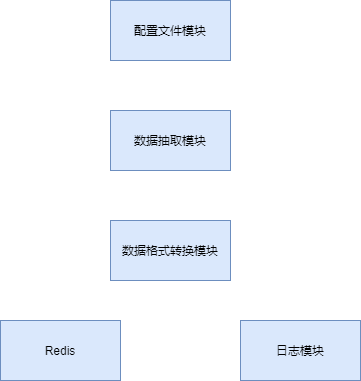
bangyanli/story keeps this draw.io diagram as 数据抽取模块.png. Above is the earlier version. Source tidied: cells renumbered, new cells last; positions are measured from the earlier drawing's top-left corner, leaving out a move shared by most shapes.
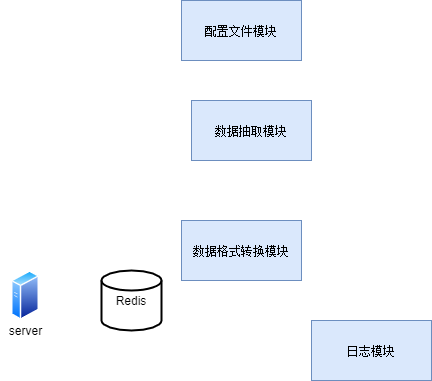
After the commit.

Commit message:
Update 数据抽取模块.png

Change to the diagram source:
```diff
@@ -3,19 +3,25 @@
     <mxCell id="0" />
     <mxCell id="1" parent="0" />
     <mxCell id="2" value="数据抽取模块" style="rounded=0;whiteSpace=wrap;html=1;fillColor=#dae8fc;strokeColor=#6c8ebf;" parent="1" vertex="1">
-      <mxGeometry x="110" y="110" width="120" height="60" as="geometry" />
+      <mxGeometry x="120" y="100" width="120" height="60" as="geometry" />
     </mxCell>
     <mxCell id="3" value="数据格式转换模块" style="whiteSpace=wrap;html=1;fillColor=#dae8fc;strokeColor=#6c8ebf;" parent="1" vertex="1">
       <mxGeometry x="110" y="220" width="120" height="60" as="geometry" />
     </mxCell>
-    <mxCell id="4" value="Redis" style="whiteSpace=wrap;html=1;fillColor=#dae8fc;strokeColor=#6c8ebf;" parent="1" vertex="1">
-      <mxGeometry y="320" width="120" height="60" as="geometry" />
-    </mxCell>
     <mxCell id="5" value="配置文件模块" style="whiteSpace=wrap;html=1;fillColor=#dae8fc;strokeColor=#6c8ebf;" parent="1" vertex="1">
       <mxGeometry x="110" width="120" height="60" as="geometry" />
     </mxCell>
     <mxCell id="6" value="日志模块" style="whiteSpace=wrap;html=1;fillColor=#dae8fc;strokeColor=#6c8ebf;" parent="1" vertex="1">
       <mxGeometry x="240" y="320" width="120" height="60" as="geometry" />
     </mxCell>
+    <mxCell id="7" style="perimeter=ellipsePerimeter;html=1;align=center;shadow=0;dashed=0;spacingTop=3;image;image=img/lib/active_directory/generic_server.svg;" parent="1" vertex="1">
+      <mxGeometry x="-60" y="270" width="28" height="50" as="geometry" />
+    </mxCell>
+    <mxCell id="4" value="Redis" style="strokeWidth=2;html=1;shape=mxgraph.flowchart.database;whiteSpace=wrap;" parent="1" vertex="1">
+      <mxGeometry x="30" y="270" width="60" height="60" as="geometry" />
+    </mxCell>
+    <mxCell id="8" value="server" style="text;html=1;align=center;verticalAlign=middle;" parent="1" vertex="1">
+      <mxGeometry x="-71" y="320" width="50" height="20" as="geometry" />
+    </mxCell>
   </root>
 </mxGraphModel>
```
